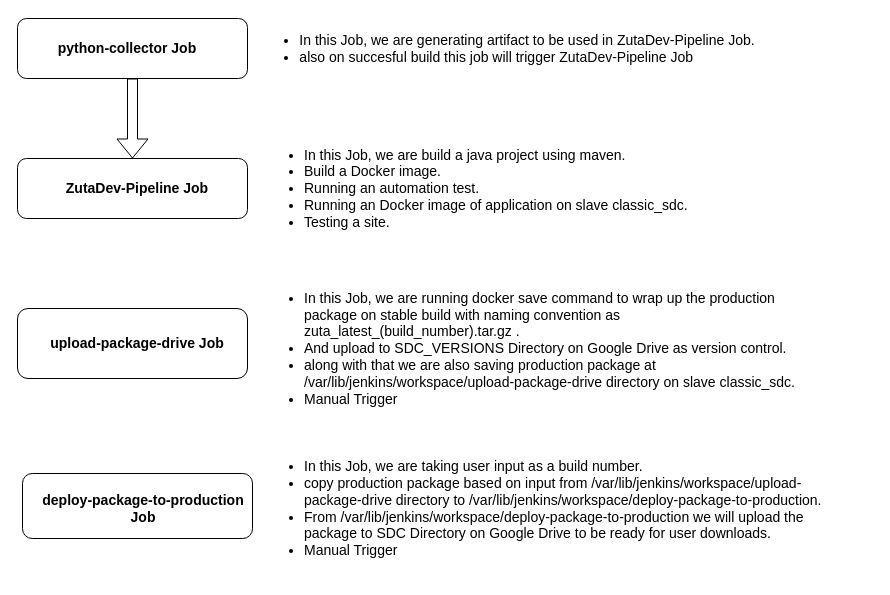
Above: ZutaCoreJobs.drawio in md1810/me (draw.io), before the change. Source tidied: cells renumbered, new cells numbered last; positions are measured from the earlier drawing's top-left corner, leaving out a move shared by most shapes. Both pictures are drawn from the tidied source at 100%, with x=0, y=0 at pixel (17, 18).
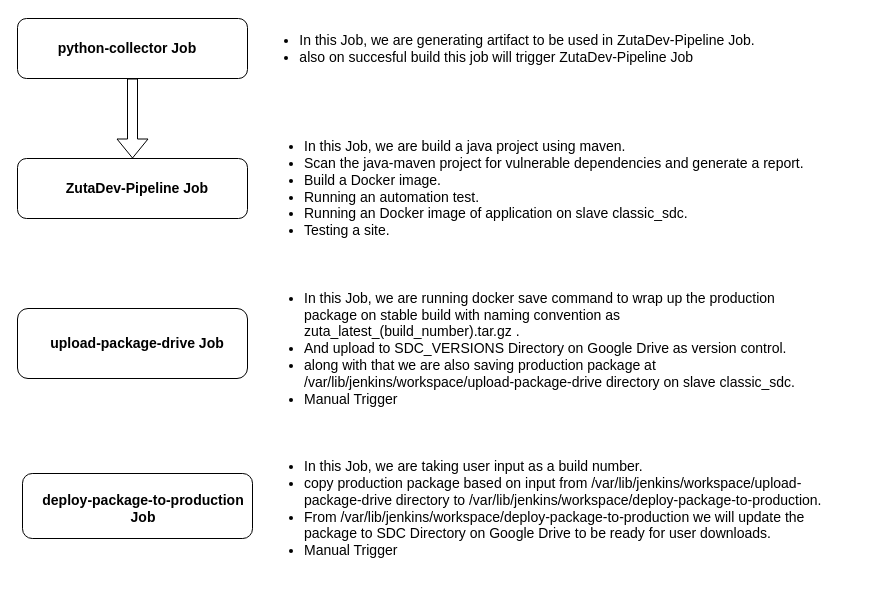
Above is the later version.

Change to the diagram source:
```diff
@@
 <mxGraphModel>
   <root>
     <mxCell id="0" />
     <mxCell id="1" parent="0" />
     <mxCell id="2" style="rounded=1;whiteSpace=wrap;html=1;" parent="1" vertex="1">
       <mxGeometry width="230" height="60" as="geometry" />
     </mxCell>
     <mxCell id="3" value="&lt;b&gt;&lt;font style=&quot;font-size: 14px;&quot;&gt;python-collector Job&lt;/font&gt;&lt;/b&gt;" style="text;html=1;strokeColor=none;fillColor=none;align=center;verticalAlign=middle;whiteSpace=wrap;rounded=0;" parent="1" vertex="1">
       <mxGeometry x="20" y="15" width="180" height="30" as="geometry" />
     </mxCell>
     <mxCell id="4" value="&lt;ul&gt;&lt;li&gt;In this Job, we are generating artifact to be used in ZutaDev-Pipeline Job.&lt;/li&gt;&lt;li style=&quot;text-align: left;&quot;&gt;also on succesful build this job will trigger ZutaDev-Pipeline Job&lt;/li&gt;&lt;/ul&gt;" style="text;html=1;strokeColor=none;fillColor=none;align=center;verticalAlign=middle;whiteSpace=wrap;rounded=0;fontSize=14;" parent="1" vertex="1">
       <mxGeometry x="225" y="15" width="530" height="30" as="geometry" />
     </mxCell>
     <mxCell id="5" style="rounded=1;whiteSpace=wrap;html=1;fontSize=14;" parent="1" vertex="1">
       <mxGeometry y="140" width="230" height="60" as="geometry" />
     </mxCell>
     <mxCell id="6" value="&lt;b&gt;ZutaDev-Pipeline Job&lt;/b&gt;" style="text;html=1;strokeColor=none;fillColor=none;align=center;verticalAlign=middle;whiteSpace=wrap;rounded=0;fontSize=14;" parent="1" vertex="1">
       <mxGeometry x="40" y="155" width="160" height="30" as="geometry" />
     </mxCell>
-    <mxCell id="7" value="&lt;ul&gt;&lt;li&gt;In this Job, we are build a java project using maven.&lt;/li&gt;&lt;li&gt;Build a Docker image.&lt;/li&gt;&lt;li&gt;Running an automation test.&amp;nbsp;&lt;/li&gt;&lt;li&gt;Running an Docker image of application on slave classic_sdc.&lt;/li&gt;&lt;li&gt;Testing a site.&lt;/li&gt;&lt;/ul&gt;" style="text;html=1;strokeColor=none;fillColor=none;align=left;verticalAlign=middle;whiteSpace=wrap;rounded=0;fontSize=14;" parent="1" vertex="1">
-      <mxGeometry x="245" y="125" width="610" height="90" as="geometry" />
+    <mxCell id="7" value="&lt;ul&gt;&lt;li&gt;In this Job, we are build a java project using maven.&lt;/li&gt;&lt;li&gt;Scan the java-maven project for vulnerable dependencies and generate a report.&lt;/li&gt;&lt;li&gt;Build a Docker image.&lt;/li&gt;&lt;li&gt;Running an automation test.&amp;nbsp;&lt;/li&gt;&lt;li&gt;Running an Docker image of application on slave classic_sdc.&lt;/li&gt;&lt;li&gt;Testing a site.&lt;/li&gt;&lt;/ul&gt;" style="text;html=1;strokeColor=none;fillColor=none;align=left;verticalAlign=middle;whiteSpace=wrap;rounded=0;fontSize=14;" parent="1" vertex="1">
+      <mxGeometry x="245" y="112.5" width="610" height="115" as="geometry" />
     </mxCell>
     <mxCell id="8" style="shape=flexArrow;endArrow=classic;html=1;rounded=0;fontSize=14;entryX=0.5;entryY=0;entryDx=0;entryDy=0;exitX=0.5;exitY=1;exitDx=0;exitDy=0;" parent="1" edge="1" source="2" target="5">
       <mxGeometry relative="1" as="geometry" />
     </mxCell>
     <mxCell id="9" style="rounded=1;whiteSpace=wrap;html=1;fontSize=14;" parent="1" vertex="1">
       <mxGeometry y="290" width="230" height="70" as="geometry" />
     </mxCell>
     <mxCell id="10" value="&lt;b&gt;upload-package-drive Job&lt;/b&gt;" style="text;html=1;strokeColor=none;fillColor=none;align=center;verticalAlign=middle;whiteSpace=wrap;rounded=0;fontSize=14;" parent="1" vertex="1">
       <mxGeometry x="25" y="310" width="190" height="30" as="geometry" />
     </mxCell>
     <mxCell id="11" value="&lt;ul&gt;&lt;li&gt;In this Job, we are running docker save command to wrap up the production package on stable build with naming convention as zuta_latest_(build_number).tar.gz .&lt;/li&gt;&lt;li&gt;And upload to SDC_VERSIONS Directory on Google Drive as version control.&lt;/li&gt;&lt;li&gt;along with that we are also saving production package at /var/lib/jenkins/workspace/upload-package-drive directory on slave classic_sdc.&lt;/li&gt;&lt;li&gt;Manual Trigger&lt;/li&gt;&lt;/ul&gt;" style="text;html=1;strokeColor=none;fillColor=none;align=left;verticalAlign=middle;whiteSpace=wrap;rounded=0;fontSize=14;" parent="1" vertex="1">
       <mxGeometry x="245" y="260" width="560" height="140" as="geometry" />
     </mxCell>
     <mxCell id="12" style="rounded=1;whiteSpace=wrap;html=1;fontSize=14;" parent="1" vertex="1">
       <mxGeometry x="5" y="455" width="230" height="65" as="geometry" />
     </mxCell>
-    <mxCell id="13" value="&lt;ul&gt;&lt;li&gt;In this Job, we are taking user&amp;nbsp;input as a build number.&lt;/li&gt;&lt;li&gt;copy production package based on input from /var/lib/jenkins/workspace/upload-package-drive directory to /var/lib/jenkins/workspace/deploy-package-to-production.&lt;/li&gt;&lt;li&gt;From /var/lib/jenkins/workspace/deploy-package-to-production we will upload the package to SDC Directory on Google Drive to be ready for user downloads.&lt;br&gt;&lt;/li&gt;&lt;li&gt;Manual Trigger&lt;/li&gt;&lt;/ul&gt;" style="text;html=1;strokeColor=none;fillColor=none;align=left;verticalAlign=middle;whiteSpace=wrap;rounded=0;fontSize=14;" parent="1" vertex="1">
+    <mxCell id="13" value="&lt;ul&gt;&lt;li&gt;In this Job, we are taking user&amp;nbsp;input as a build number.&lt;/li&gt;&lt;li&gt;copy production package based on input from /var/lib/jenkins/workspace/upload-package-drive directory to /var/lib/jenkins/workspace/deploy-package-to-production.&lt;/li&gt;&lt;li&gt;From /var/lib/jenkins/workspace/deploy-package-to-production we will update the package to SDC Directory on Google Drive to be ready for user downloads.&lt;br&gt;&lt;/li&gt;&lt;li&gt;Manual Trigger&lt;/li&gt;&lt;/ul&gt;" style="text;html=1;strokeColor=none;fillColor=none;align=left;verticalAlign=middle;whiteSpace=wrap;rounded=0;fontSize=14;" parent="1" vertex="1">
       <mxGeometry x="245" y="420" width="580" height="140" as="geometry" />
     </mxCell>
     <mxCell id="14" value="&lt;b&gt;deploy-package-to-production Job&lt;/b&gt;" style="text;html=1;strokeColor=none;fillColor=none;align=center;verticalAlign=middle;whiteSpace=wrap;rounded=0;fontSize=14;" parent="1" vertex="1">
       <mxGeometry x="11" y="474.5" width="230" height="30" as="geometry" />
     </mxCell>
   </root>
 </mxGraphModel>
```
